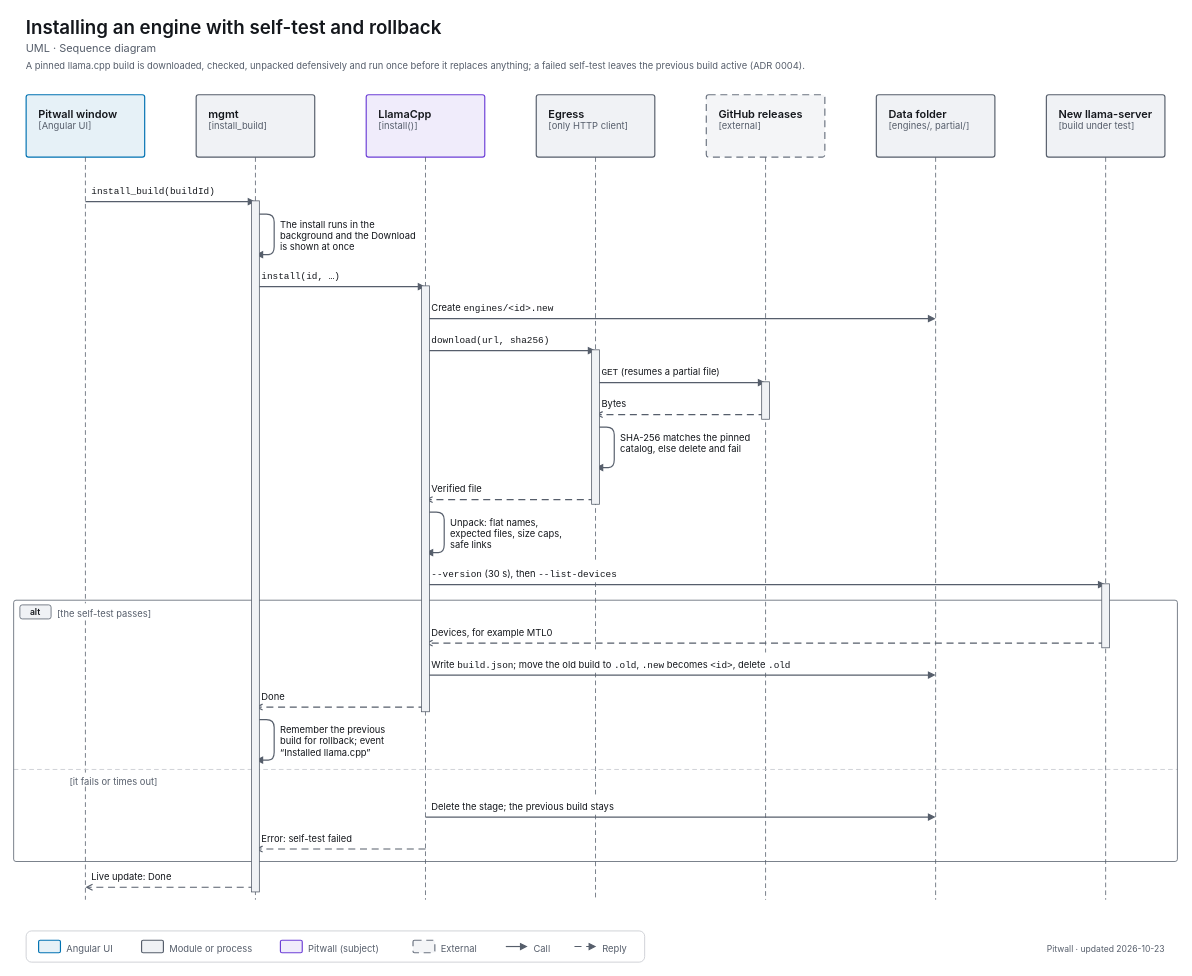
The draw.io diagram apps/pitwall/docs/diagrams/uml-seq-engine-install.drawio in decryp7/paddock, before the edit. Source tidied: cells renumbered, new cells numbered last; positions are measured from the earlier drawing's top-left corner, leaving out a move shared by most shapes. Both pictures are drawn from the tidied source at 78%, with x=0, y=0 at pixel (13, 13).
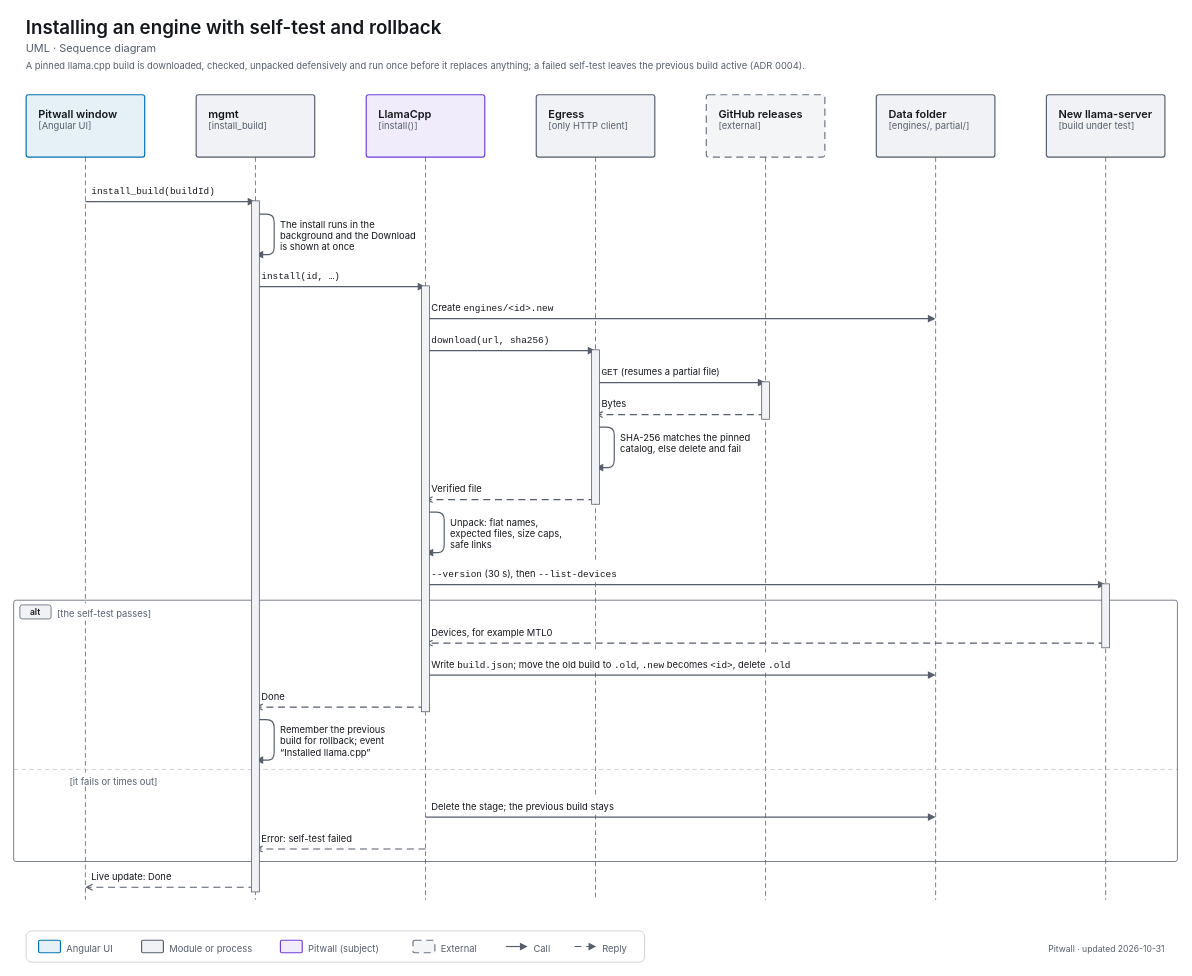
After the change.

Diff of the diagram source:
```diff
@@
-    <mxCell id="84" value="&lt;span style=&quot;font-size:11px;font-weight:400&quot;&gt;Pitwall · updated 2026-10-23&lt;/span&gt;" style="html=1;whiteSpace=wrap;fontFamily=-apple-system,BlinkMacSystemFont,Segoe UI,system-ui,sans-serif;fontSize=12;fontColor=light-dark(#14171C,#ECEEF1);text;strokeColor=none;fillColor=none;align=right;verticalAlign=top;spacing=0;fontColor=light-dark(#565E6B,#A0A7B2);" parent="1" vertex="1">
+    <mxCell id="84" value="&lt;span style=&quot;font-size:11px;font-weight:400&quot;&gt;Pitwall · updated 2026-10-31&lt;/span&gt;" style="html=1;whiteSpace=wrap;fontFamily=-apple-system,BlinkMacSystemFont,Segoe UI,system-ui,sans-serif;fontSize=12;fontColor=light-dark(#14171C,#ECEEF1);text;strokeColor=none;fillColor=none;align=right;verticalAlign=top;spacing=0;fontColor=light-dark(#565E6B,#A0A7B2);" parent="1" vertex="1">
       <mxGeometry x="1116" y="1187" width="360" height="18" as="geometry" />
     </mxCell>
```
